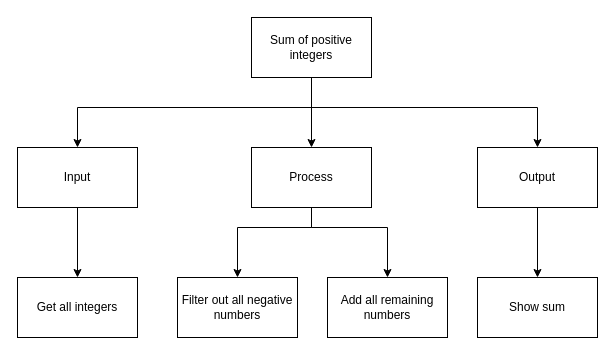
Andrew-Ten-Den/ICS3U-Unit4-05-Python keeps this draw.io diagram as topdown.drawio. Above is the earlier version. Source tidied: cells renumbered, new cells numbered last; positions are measured from the earlier drawing's top-left corner, leaving out a move shared by most shapes. Both pictures are drawn from the tidied source at 100%, with x=0, y=0 at pixel (17, 17).
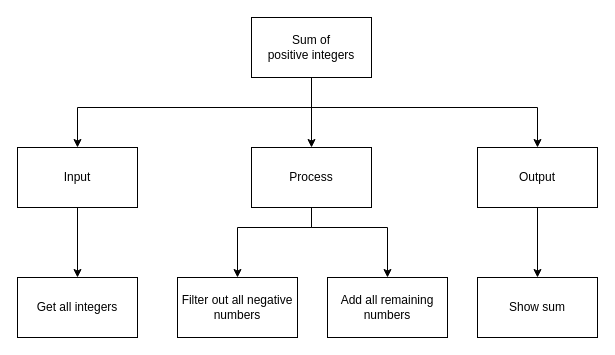
The same page after the edit.

Change to the diagram source:
```diff
@@
-    <mxCell id="5" value="Sum of positive integers" style="rounded=0;whiteSpace=wrap;html=1;" parent="1" vertex="1">
+    <mxCell id="5" value="Sum of &lt;br&gt;positive integers" style="rounded=0;whiteSpace=wrap;html=1;" parent="1" vertex="1">
       <mxGeometry x="234" width="120" height="60" as="geometry" />
     </mxCell>
```
